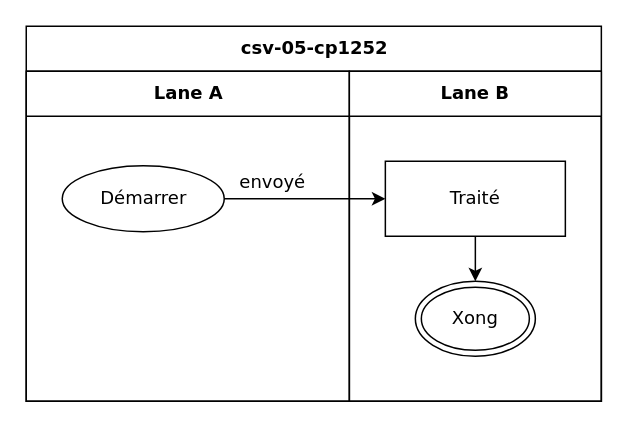
Before: conformance/golden/cases/csv-05-cp1252.drawio in luytbq/flowcast, a draw.io diagram. Source tidied: cells renumbered, new cells numbered last; positions are measured from the earlier drawing's top-left corner, leaving out a move shared by most shapes. Both pictures are drawn from the tidied source at 150%, with x=0, y=0 at pixel (26, 26).
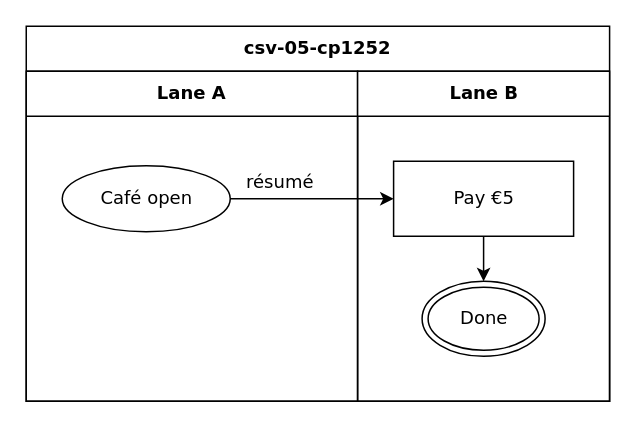
The same diagram, later.

Diff of the diagram source:
```diff
@@
 <mxGraphModel>
   <root>
     <mxCell id="0" />
     <mxCell id="1" parent="0" />
     <mxCell id="2" value="csv-05-cp1252" style="swimlane;html=1;startSize=30;fontStyle=1;fontFamily=Verdana;fontSize=12;flowtable=1;" parent="1" vertex="1">
-      <mxGeometry width="383.4" height="250" as="geometry" />
+      <mxGeometry width="388.9" height="250" as="geometry" />
     </mxCell>
     <mxCell id="3" value="Lane A" style="swimlane;html=1;startSize=30;fontFamily=Verdana;fontSize=12;flowtable=1;" parent="2" vertex="1">
-      <mxGeometry y="30" width="215.4" height="220" as="geometry" />
+      <mxGeometry y="30" width="220.9" height="220" as="geometry" />
     </mxCell>
     <mxCell id="4" value="Lane B" style="swimlane;html=1;startSize=30;fontFamily=Verdana;fontSize=12;flowtable=1;" parent="2" vertex="1">
-      <mxGeometry x="215.4" y="30" width="168" height="220" as="geometry" />
+      <mxGeometry x="220.9" y="30" width="168" height="220" as="geometry" />
     </mxCell>
-    <mxCell id="5" value="Démarrer" style="ellipse;html=1;fontFamily=Verdana;fontSize=12;flowtable=1;" parent="3" vertex="1">
-      <mxGeometry x="24" y="63" width="108" height="44" as="geometry" />
+    <mxCell id="5" value="Café open" style="ellipse;html=1;fontFamily=Verdana;fontSize=12;flowtable=1;" parent="3" vertex="1">
+      <mxGeometry x="24" y="63" width="112" height="44" as="geometry" />
     </mxCell>
-    <mxCell id="6" value="Traité" style="rounded=0;html=1;fontFamily=Verdana;fontSize=12;flowtable=1;" parent="4" vertex="1">
+    <mxCell id="6" value="Pay €5" style="rounded=0;html=1;fontFamily=Verdana;fontSize=12;flowtable=1;" parent="4" vertex="1">
       <mxGeometry x="24" y="60" width="120" height="50" as="geometry" />
     </mxCell>
-    <mxCell id="7" value="Xong" style="shape=doubleEllipse;html=1;fontFamily=Verdana;fontSize=12;flowtable=1;" parent="4" vertex="1">
-      <mxGeometry x="44" y="140" width="80" height="50" as="geometry" />
+    <mxCell id="7" value="Done" style="shape=doubleEllipse;html=1;fontFamily=Verdana;fontSize=12;flowtable=1;" parent="4" vertex="1">
+      <mxGeometry x="43" y="140" width="82" height="50" as="geometry" />
     </mxCell>
-    <mxCell id="8" value="envoyé" style="edgeStyle=orthogonalEdgeStyle;rounded=0;jettySize=auto;html=1;labelBackgroundColor=default;exitX=1;exitY=0.5;exitDx=0;exitDy=0;entryX=0;entryY=0.5;entryDx=0;entryDy=0;fontFamily=Verdana;fontSize=12;flowtable=1;" parent="2" edge="1" source="5" target="6">
-      <mxGeometry x="-0.41" relative="1" as="geometry">
+    <mxCell id="8" value="résumé" style="edgeStyle=orthogonalEdgeStyle;rounded=0;jettySize=auto;html=1;labelBackgroundColor=default;exitX=1;exitY=0.5;exitDx=0;exitDy=0;entryX=0;entryY=0.5;entryDx=0;entryDy=0;fontFamily=Verdana;fontSize=12;flowtable=1;" parent="2" edge="1" source="5" target="6">
+      <mxGeometry x="-0.4" relative="1" as="geometry">
         <mxPoint y="-11.5" as="offset" />
       </mxGeometry>
     </mxCell>
     <mxCell id="9" style="edgeStyle=orthogonalEdgeStyle;rounded=0;jettySize=auto;html=1;labelBackgroundColor=default;exitX=0.5;exitY=1;exitDx=0;exitDy=0;entryX=0.5;entryY=0;entryDx=0;entryDy=0;fontFamily=Verdana;fontSize=12;flowtable=1;" parent="2" edge="1" source="6" target="7">
       <mxGeometry relative="1" as="geometry" />
     </mxCell>
   </root>
 </mxGraphModel>
```
